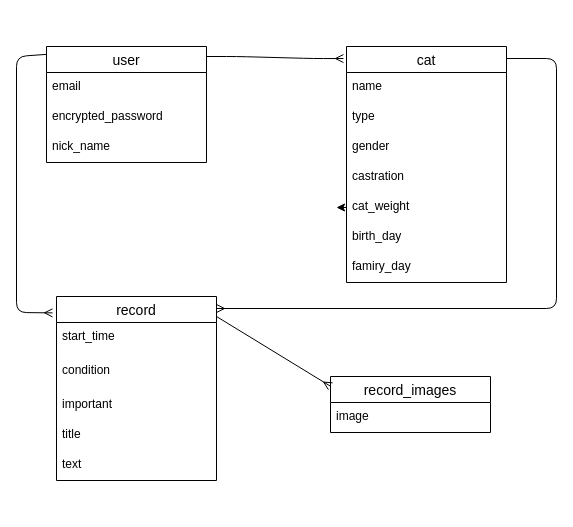
The draw.io diagram .goyangi_health.dio in tncnkncntncn/goyangi_health, before the edit. Source tidied: cells renumbered, new cells numbered last; positions are measured from the earlier drawing's top-left corner, leaving out a move shared by most shapes. Both pictures are drawn from the tidied source at 100%, with x=0, y=0 at pixel (16, 46).
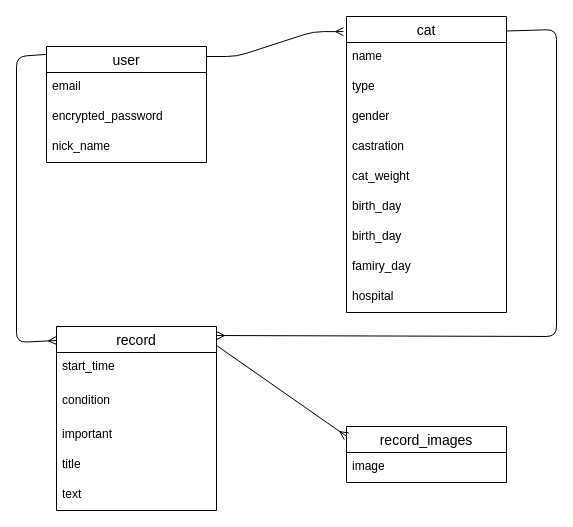
Above is the later version.

Commit message (it also covers changes not shown here):
カラムの追加

Unchanged cells that the change refers to:
```xml
<mxCell id="2" value="user" style="swimlane;fontStyle=0;horizontal=1;startSize=26;align=center;fontSize=14;" parent="1" vertex="1">
  <mxGeometry x="30" width="160" height="116" as="geometry" />
</mxCell>
<mxCell id="11" value="cat_weight" style="text;strokeColor=none;fillColor=none;spacingLeft=4;spacingRight=4;overflow=hidden;points=[[0,0.5],[1,0.5]];portConstraint=eastwest;fontSize=12;" parent="6" vertex="1">
  <mxGeometry y="146" width="160" height="30" as="geometry" />
</mxCell>
```

Diff of the diagram source:
```diff
@@
     <mxCell id="6" value="cat" style="swimlane;fontStyle=0;horizontal=1;startSize=26;align=center;fontSize=14;" parent="1" vertex="1">
-      <mxGeometry x="330" width="160" height="236" as="geometry" />
+      <mxGeometry x="330" y="-30" width="160" height="296" as="geometry" />
     </mxCell>
@@
+    <mxCell id="27" value="birth_day" style="text;strokeColor=none;fillColor=none;spacingLeft=4;spacingRight=4;overflow=hidden;fontSize=12;" parent="6" vertex="1">
+      <mxGeometry y="176" width="160" height="30" as="geometry" />
+    </mxCell>
     <mxCell id="12" value="birth_day" style="text;strokeColor=none;fillColor=none;spacingLeft=4;spacingRight=4;overflow=hidden;fontSize=12;" parent="6" vertex="1">
-      <mxGeometry y="176" width="160" height="30" as="geometry" />
+      <mxGeometry y="206" width="160" height="30" as="geometry" />
     </mxCell>
     <mxCell id="13" value="famiry_day" style="text;strokeColor=none;fillColor=none;spacingLeft=4;spacingRight=4;overflow=hidden;fontSize=12;" parent="6" vertex="1">
-      <mxGeometry y="206" width="160" height="30" as="geometry" />
+      <mxGeometry y="236" width="160" height="30" as="geometry" />
     </mxCell>
+    <mxCell id="28" value="hospital" style="text;strokeColor=none;fillColor=none;spacingLeft=4;spacingRight=4;overflow=hidden;fontSize=12;" parent="6" vertex="1">
+      <mxGeometry y="266" width="160" height="30" as="geometry" />
+    </mxCell>
     <mxCell id="14" value="record" style="swimlane;fontStyle=0;horizontal=1;startSize=26;align=center;fontSize=14;" parent="1" vertex="1">
-      <mxGeometry x="40" y="250" width="160" height="184" as="geometry" />
+      <mxGeometry x="40" y="280" width="160" height="184" as="geometry" />
     </mxCell>
@@
-    <mxCell id="21" style="edgeStyle=none;html=1;endArrow=ERmany;endFill=0;" parent="1" edge="1">
+    <mxCell id="21" style="edgeStyle=none;html=1;endArrow=ERmany;endFill=0;exitX=1;exitY=0.049;exitDx=0;exitDy=0;exitPerimeter=0;entryX=1;entryY=0.049;entryDx=0;entryDy=0;entryPerimeter=0;" parent="1" edge="1" source="6" target="14">
       <mxGeometry relative="1" as="geometry">
-        <mxPoint x="490" y="12" as="sourcePoint" />
-        <mxPoint x="200" y="262" as="targetPoint" />
         <Array as="points">
-          <mxPoint x="540" y="12" />
-          <mxPoint x="540" y="262" />
+          <mxPoint x="540" y="-17" />
+          <mxPoint x="540" y="290" />
         </Array>
       </mxGeometry>
     </mxCell>
-    <mxCell id="22" style="edgeStyle=none;html=1;exitX=0;exitY=0.068;exitDx=0;exitDy=0;entryX=-0.025;entryY=0.089;entryDx=0;entryDy=0;entryPerimeter=0;endArrow=ERmany;endFill=0;exitPerimeter=0;" parent="1" edge="1" source="2" target="14">
+    <mxCell id="22" style="edgeStyle=none;html=1;exitX=0;exitY=0.068;exitDx=0;exitDy=0;endArrow=ERmany;endFill=0;exitPerimeter=0;" parent="1" edge="1" source="2">
       <mxGeometry relative="1" as="geometry">
+        <mxPoint x="40" y="294" as="targetPoint" />
         <Array as="points">
           <mxPoint y="10" />
-          <mxPoint y="266" />
+          <mxPoint y="296" />
         </Array>
       </mxGeometry>
     </mxCell>
     <mxCell id="23" value="record_images " style="swimlane;fontStyle=0;horizontal=1;startSize=26;align=center;fontSize=14;" parent="1" vertex="1">
-      <mxGeometry x="314" y="330" width="160" height="56" as="geometry" />
+      <mxGeometry x="330" y="380" width="160" height="56" as="geometry" />
     </mxCell>
@@
-    <mxCell id="25" style="edgeStyle=none;html=1;entryX=0;entryY=0.174;entryDx=0;entryDy=0;entryPerimeter=0;endArrow=ERmany;endFill=0;" parent="1" edge="1" target="23">
-      <mxGeometry relative="1" as="geometry">
-        <mxPoint x="200" y="270" as="sourcePoint" />
-      </mxGeometry>
+    <mxCell id="25" style="edgeStyle=none;html=1;entryX=0;entryY=0.174;entryDx=0;entryDy=0;entryPerimeter=0;endArrow=ERmany;endFill=0;exitX=1;exitY=0.103;exitDx=0;exitDy=0;exitPerimeter=0;" parent="1" edge="1" source="14" target="23">
+      <mxGeometry relative="1" as="geometry" />
     </mxCell>
-    <mxCell id="26" style="edgeStyle=none;html=1;exitX=0;exitY=0.5;exitDx=0;exitDy=0;" parent="1" edge="1" source="11">
-      <mxGeometry relative="1" as="geometry">
-        <mxPoint x="320" y="161" as="targetPoint" />
-      </mxGeometry>
-    </mxCell>
```
